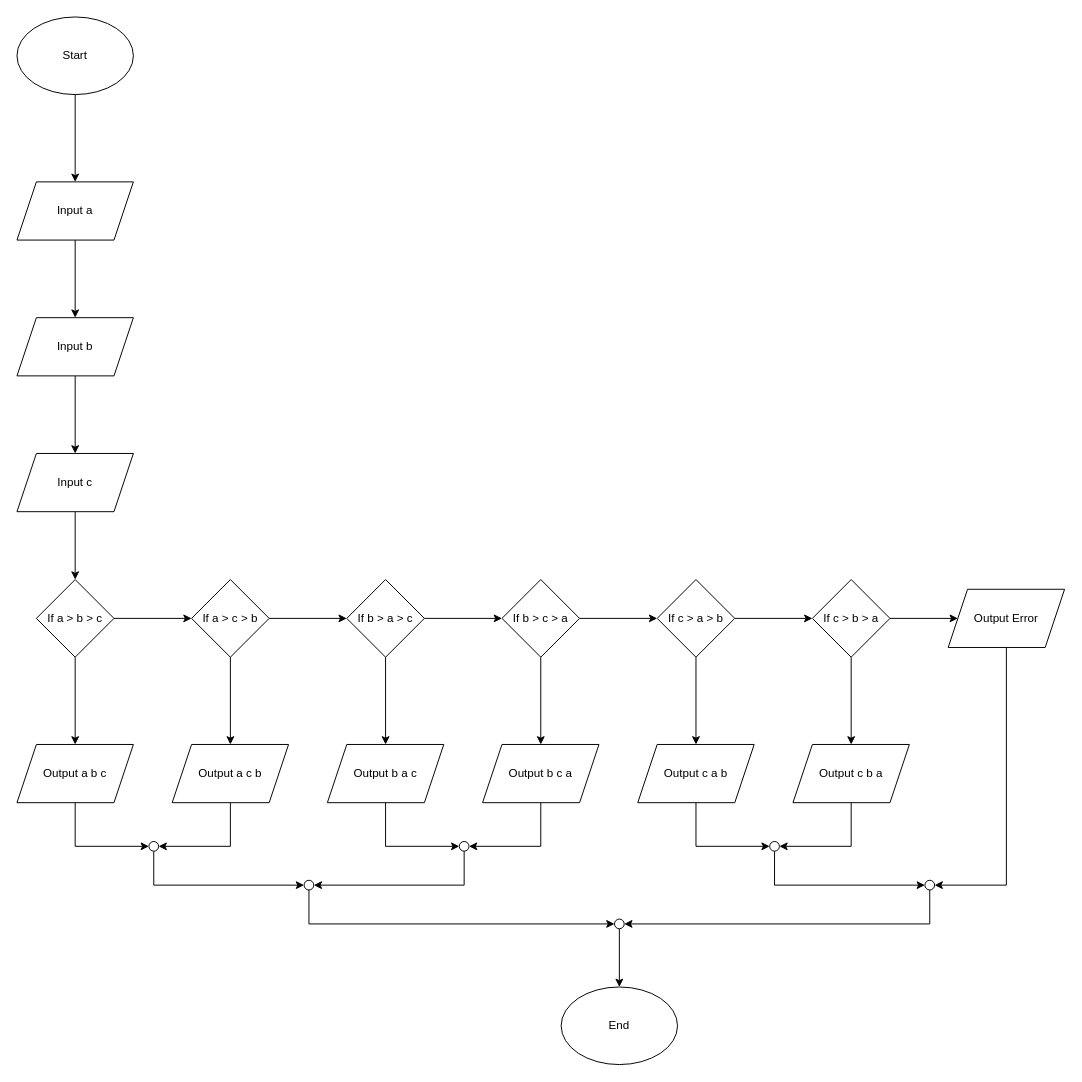
Before: Y1-2 Hw5-2.drawio in NatTHboi/WorkY1-2, a draw.io diagram. Source tidied: cells renumbered, new cells numbered last; positions are measured from the earlier drawing's top-left corner, leaving out a move shared by most shapes. Both pictures are drawn from the tidied source at 97%, with x=0, y=0 at pixel (16, 16).
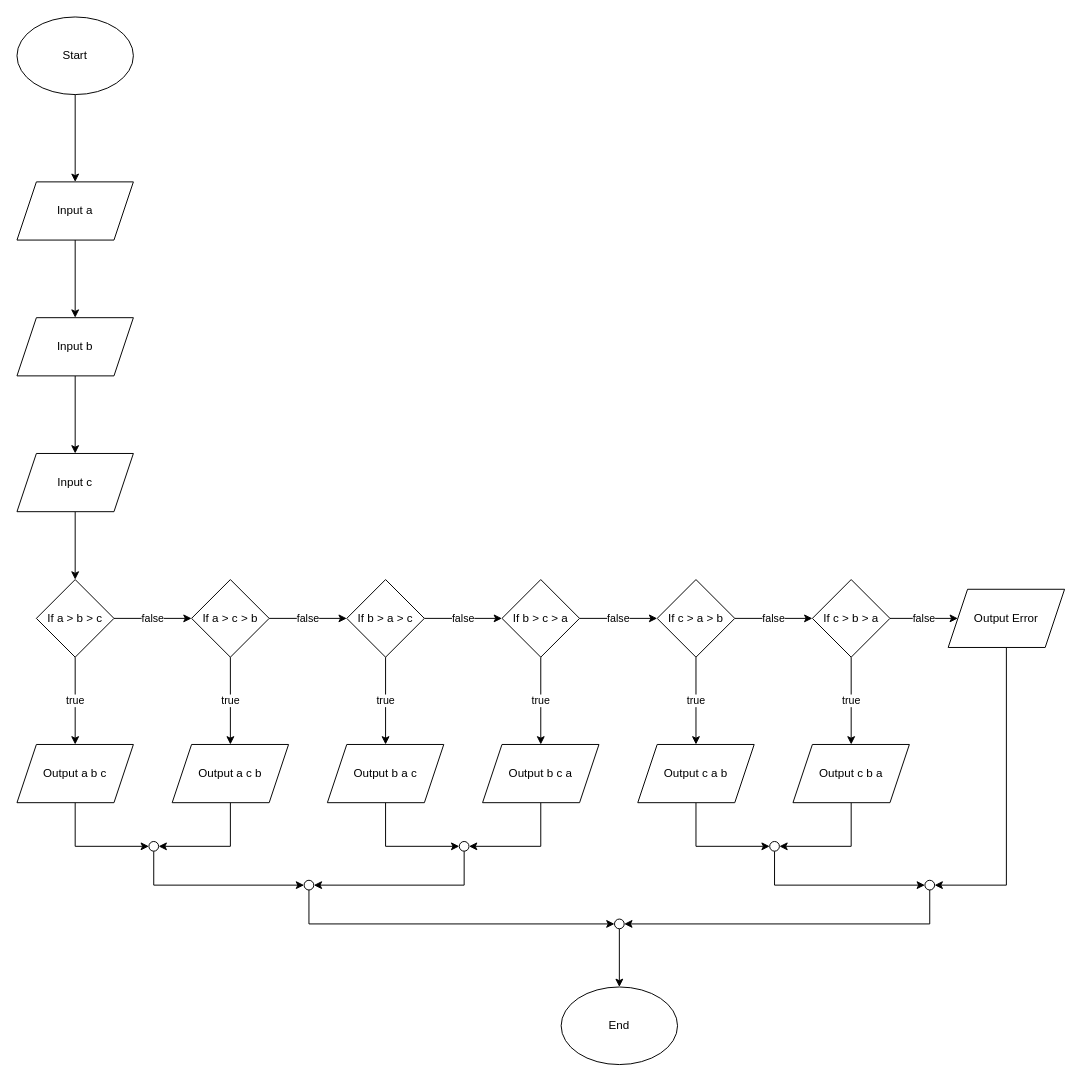
Above is the later version.

The change refers to these unchanged cells:
```xml
<mxCell id="12" value="If a &amp;gt; b &amp;gt; c" style="rhombus;whiteSpace=wrap;html=1;" parent="1" vertex="1">
  <mxGeometry x="20" y="580" width="80" height="80" as="geometry" />
</mxCell>
<mxCell id="15" value="If a &amp;gt; c &amp;gt; b" style="rhombus;whiteSpace=wrap;html=1;" parent="1" vertex="1">
  <mxGeometry x="180" y="580" width="80" height="80" as="geometry" />
</mxCell>
<mxCell id="17" value="Output a c b" style="shape=parallelogram;perimeter=parallelogramPerimeter;whiteSpace=wrap;html=1;fixedSize=1;" parent="1" vertex="1">
  <mxGeometry x="160" y="750" width="120" height="60" as="geometry" />
</mxCell>
<mxCell id="19" value="Output a b c" style="shape=parallelogram;perimeter=parallelogramPerimeter;whiteSpace=wrap;html=1;fixedSize=1;" parent="1" vertex="1">
  <mxGeometry y="750" width="120" height="60" as="geometry" />
</mxCell>
<mxCell id="22" value="If b &amp;gt; a &amp;gt; c" style="rhombus;whiteSpace=wrap;html=1;" parent="1" vertex="1">
  <mxGeometry x="340" y="580" width="80" height="80" as="geometry" />
</mxCell>
<mxCell id="24" value="Output b a c" style="shape=parallelogram;perimeter=parallelogramPerimeter;whiteSpace=wrap;html=1;fixedSize=1;" parent="1" vertex="1">
  <mxGeometry x="320" y="750" width="120" height="60" as="geometry" />
</mxCell>
<mxCell id="27" value="If b &amp;gt; c &amp;gt; a" style="rhombus;whiteSpace=wrap;html=1;" parent="1" vertex="1">
  <mxGeometry x="500" y="580" width="80" height="80" as="geometry" />
</mxCell>
<mxCell id="29" value="Output b c a" style="shape=parallelogram;perimeter=parallelogramPerimeter;whiteSpace=wrap;html=1;fixedSize=1;" parent="1" vertex="1">
  <mxGeometry x="480" y="750" width="120" height="60" as="geometry" />
</mxCell>
<mxCell id="32" value="If c &amp;gt; a &amp;gt; b" style="rhombus;whiteSpace=wrap;html=1;" parent="1" vertex="1">
  <mxGeometry x="660" y="580" width="80" height="80" as="geometry" />
</mxCell>
<mxCell id="34" value="Output c a b" style="shape=parallelogram;perimeter=parallelogramPerimeter;whiteSpace=wrap;html=1;fixedSize=1;" parent="1" vertex="1">
  <mxGeometry x="640" y="750" width="120" height="60" as="geometry" />
</mxCell>
<mxCell id="37" value="If c &amp;gt; b &amp;gt; a" style="rhombus;whiteSpace=wrap;html=1;" parent="1" vertex="1">
  <mxGeometry x="820" y="580" width="80" height="80" as="geometry" />
</mxCell>
<mxCell id="39" value="Output c b a" style="shape=parallelogram;perimeter=parallelogramPerimeter;whiteSpace=wrap;html=1;fixedSize=1;" parent="1" vertex="1">
  <mxGeometry x="800" y="750" width="120" height="60" as="geometry" />
</mxCell>
<mxCell id="41" value="Output Error" style="shape=parallelogram;perimeter=parallelogramPerimeter;whiteSpace=wrap;html=1;fixedSize=1;" parent="1" vertex="1">
  <mxGeometry x="960" y="590" width="120" height="60" as="geometry" />
</mxCell>
```

The edit, as a diff of the source:
```diff
@@
-    <mxCell id="10" style="edgeStyle=orthogonalEdgeStyle;rounded=0;jettySize=auto;html=1;" parent="1" edge="1" source="12" target="15">
+    <mxCell id="10" value="false" style="edgeStyle=orthogonalEdgeStyle;rounded=0;jettySize=auto;html=1;" parent="1" edge="1" source="12" target="15">
       <mxGeometry relative="1" as="geometry" />
     </mxCell>
-    <mxCell id="11" style="edgeStyle=orthogonalEdgeStyle;rounded=0;jettySize=auto;html=1;" parent="1" edge="1" source="12" target="19">
+    <mxCell id="11" value="true" style="edgeStyle=orthogonalEdgeStyle;rounded=0;jettySize=auto;html=1;" parent="1" edge="1" source="12" target="19">
       <mxGeometry relative="1" as="geometry" />
     </mxCell>
@@
-    <mxCell id="13" style="edgeStyle=orthogonalEdgeStyle;rounded=0;jettySize=auto;html=1;" parent="1" edge="1" source="15" target="17">
+    <mxCell id="13" value="true" style="edgeStyle=orthogonalEdgeStyle;rounded=0;jettySize=auto;html=1;" parent="1" edge="1" source="15" target="17">
       <mxGeometry relative="1" as="geometry" />
     </mxCell>
-    <mxCell id="14" style="edgeStyle=orthogonalEdgeStyle;rounded=0;jettySize=auto;html=1;" parent="1" edge="1" source="15" target="22">
+    <mxCell id="14" value="false" style="edgeStyle=orthogonalEdgeStyle;rounded=0;jettySize=auto;html=1;" parent="1" edge="1" source="15" target="22">
       <mxGeometry relative="1" as="geometry" />
     </mxCell>
@@
-    <mxCell id="20" style="edgeStyle=orthogonalEdgeStyle;rounded=0;jettySize=auto;html=1;" parent="1" edge="1" source="22" target="24">
+    <mxCell id="20" value="true" style="edgeStyle=orthogonalEdgeStyle;rounded=0;jettySize=auto;html=1;" parent="1" edge="1" source="22" target="24">
       <mxGeometry relative="1" as="geometry" />
     </mxCell>
-    <mxCell id="21" style="edgeStyle=orthogonalEdgeStyle;rounded=0;jettySize=auto;html=1;" parent="1" edge="1" source="22" target="27">
+    <mxCell id="21" value="false" style="edgeStyle=orthogonalEdgeStyle;rounded=0;jettySize=auto;html=1;" parent="1" edge="1" source="22" target="27">
       <mxGeometry relative="1" as="geometry" />
     </mxCell>
@@
-    <mxCell id="25" style="edgeStyle=orthogonalEdgeStyle;rounded=0;jettySize=auto;html=1;" parent="1" edge="1" source="27" target="29">
+    <mxCell id="25" value="true" style="edgeStyle=orthogonalEdgeStyle;rounded=0;jettySize=auto;html=1;" parent="1" edge="1" source="27" target="29">
       <mxGeometry relative="1" as="geometry" />
     </mxCell>
-    <mxCell id="26" style="edgeStyle=orthogonalEdgeStyle;rounded=0;jettySize=auto;html=1;" parent="1" edge="1" source="27" target="32">
+    <mxCell id="26" value="false" style="edgeStyle=orthogonalEdgeStyle;rounded=0;jettySize=auto;html=1;" parent="1" edge="1" source="27" target="32">
       <mxGeometry relative="1" as="geometry" />
     </mxCell>
@@
-    <mxCell id="30" style="edgeStyle=orthogonalEdgeStyle;rounded=0;jettySize=auto;html=1;" parent="1" edge="1" source="32" target="34">
+    <mxCell id="30" value="true" style="edgeStyle=orthogonalEdgeStyle;rounded=0;jettySize=auto;html=1;" parent="1" edge="1" source="32" target="34">
       <mxGeometry relative="1" as="geometry" />
     </mxCell>
-    <mxCell id="31" style="edgeStyle=orthogonalEdgeStyle;rounded=0;jettySize=auto;html=1;" parent="1" edge="1" source="32" target="37">
+    <mxCell id="31" value="false" style="edgeStyle=orthogonalEdgeStyle;rounded=0;jettySize=auto;html=1;" parent="1" edge="1" source="32" target="37">
       <mxGeometry relative="1" as="geometry" />
     </mxCell>
@@
-    <mxCell id="35" style="edgeStyle=orthogonalEdgeStyle;rounded=0;jettySize=auto;html=1;" parent="1" edge="1" source="37" target="39">
+    <mxCell id="35" value="true" style="edgeStyle=orthogonalEdgeStyle;rounded=0;jettySize=auto;html=1;" parent="1" edge="1" source="37" target="39">
       <mxGeometry relative="1" as="geometry" />
     </mxCell>
-    <mxCell id="36" style="edgeStyle=orthogonalEdgeStyle;rounded=0;jettySize=auto;html=1;" parent="1" edge="1" source="37" target="41">
+    <mxCell id="36" value="false" style="edgeStyle=orthogonalEdgeStyle;rounded=0;jettySize=auto;html=1;" parent="1" edge="1" source="37" target="41">
       <mxGeometry relative="1" as="geometry" />
     </mxCell>
```
